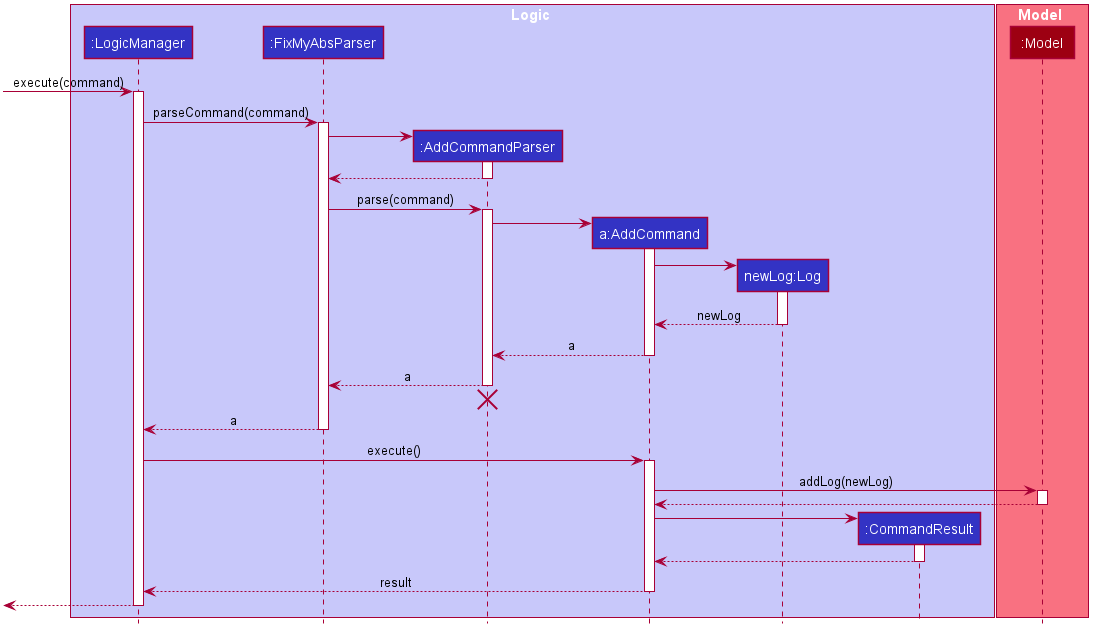
Earlier version of the PlantUML export docs/images/AddLogSequenceDiagram.png (nus-cs2103-AY2021S1/tp). The source it was exported from:
```plantuml
@startuml








skinparam BackgroundColor #FFFFFFF

skinparam Shadowing false

skinparam Class {
    FontColor #FFFFFF
    BorderThickness 1
    BorderColor #FFFFFF
    StereotypeFontColor #FFFFFF
    FontName Arial
}

skinparam Actor {
    BorderColor #000000
    Color #000000
    FontName Arial
}

skinparam Sequence {
    MessageAlign center
    BoxFontSize 15
    BoxPadding 0
    BoxFontColor #FFFFFF
    FontName Arial
}

skinparam Participant {
    FontColor #FFFFFFF
    Padding 20
}

skinparam MinClassWidth 50
skinparam ParticipantPadding 10
skinparam Shadowing false
skinparam DefaultTextAlignment center
skinparam packageStyle Rectangle

hide footbox
hide members
hide circle

box Logic #C8C8FA
participant ":LogicManager" as LogicManager #3333C4
participant ":FixMyAbsParser" as FixMyAbsParser #3333C4
participant ":AddCommandParser" as AddCommandParser #3333C4
participant "a:AddCommand" as AddCommand #3333C4
participant "newLog:Log" as Log #3333C4
participant ":CommandResult" as CommandResult #3333C4
end box

box Model #F97181
participant ":Model" as Model #9D0012
end box

[-> LogicManager : execute(command)
activate LogicManager

LogicManager -> FixMyAbsParser : parseCommand(command)
activate FixMyAbsParser

create AddCommandParser
FixMyAbsParser -> AddCommandParser
activate AddCommandParser

AddCommandParser --> FixMyAbsParser
deactivate AddCommandParser

FixMyAbsParser -> AddCommandParser : parse(command)
activate AddCommandParser

create AddCommand
AddCommandParser -> AddCommand
activate AddCommand

create Log
AddCommand -> Log
activate Log

Log --> AddCommand : newLog
deactivate Log

AddCommand --> AddCommandParser : a
deactivate AddCommand

AddCommandParser --> FixMyAbsParser : a
deactivate AddCommandParser
AddCommandParser -[hidden]-> FixMyAbsParser
destroy AddCommandParser

FixMyAbsParser --> LogicManager : a
deactivate FixMyAbsParser

LogicManager -> AddCommand : execute()
activate AddCommand

AddCommand -> Model : addLog(newLog)
activate Model

Model --> AddCommand
deactivate Model

create CommandResult
AddCommand -> CommandResult
activate CommandResult

CommandResult --> AddCommand
deactivate CommandResult

AddCommand --> LogicManager : result
deactivate AddCommand

[<--LogicManager
deactivate LogicManager
@enduml
```
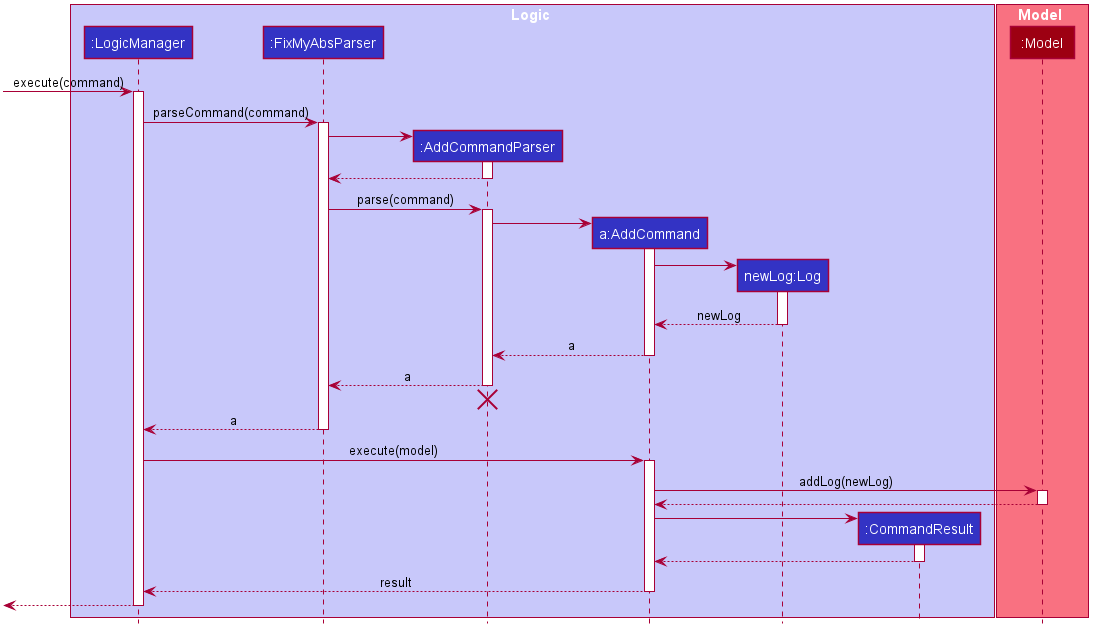
The same diagram one commit later.

Commit message:
Add diagrams to developer guide

The edit, as a diff of the source:
```diff
@@ -99,7 +99,7 @@
 FixMyAbsParser --> LogicManager : a
 deactivate FixMyAbsParser
 
-LogicManager -> AddCommand : execute()
+LogicManager -> AddCommand : execute(model)
 activate AddCommand
 
 AddCommand -> Model : addLog(newLog)
```
